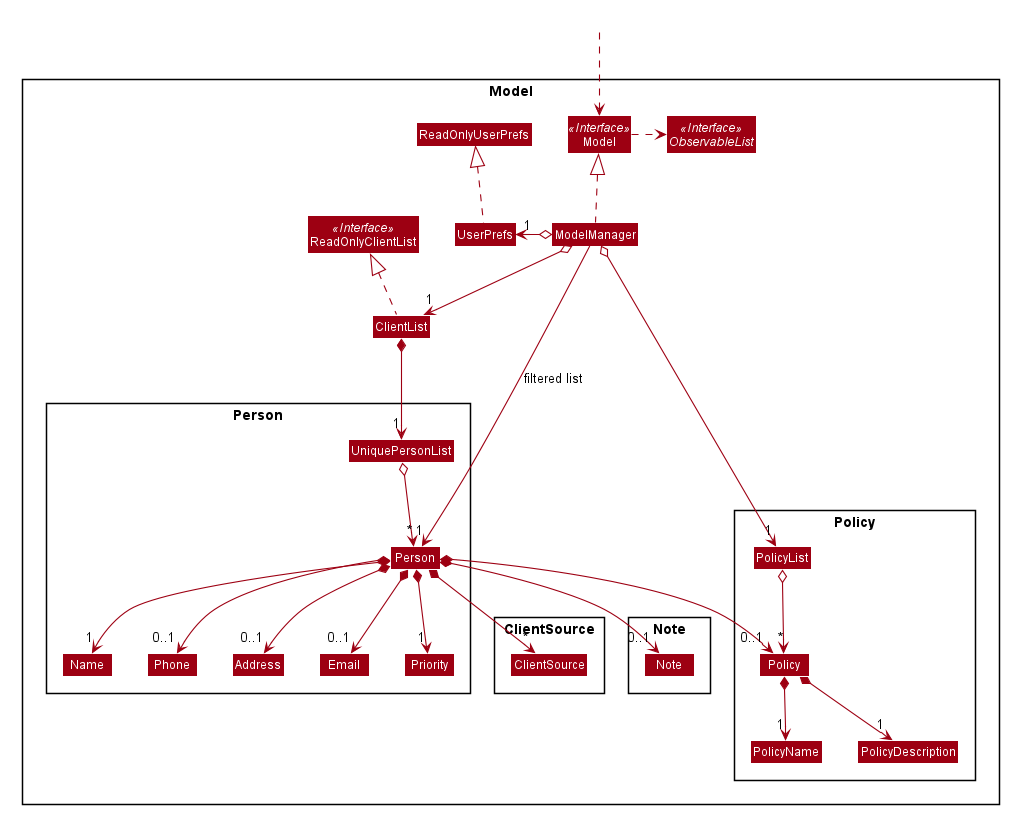
nus-cs2103-AY2021S1/tp keeps this PlantUML diagram as docs/images/ModelClassDiagram.png. Above is the earlier version.
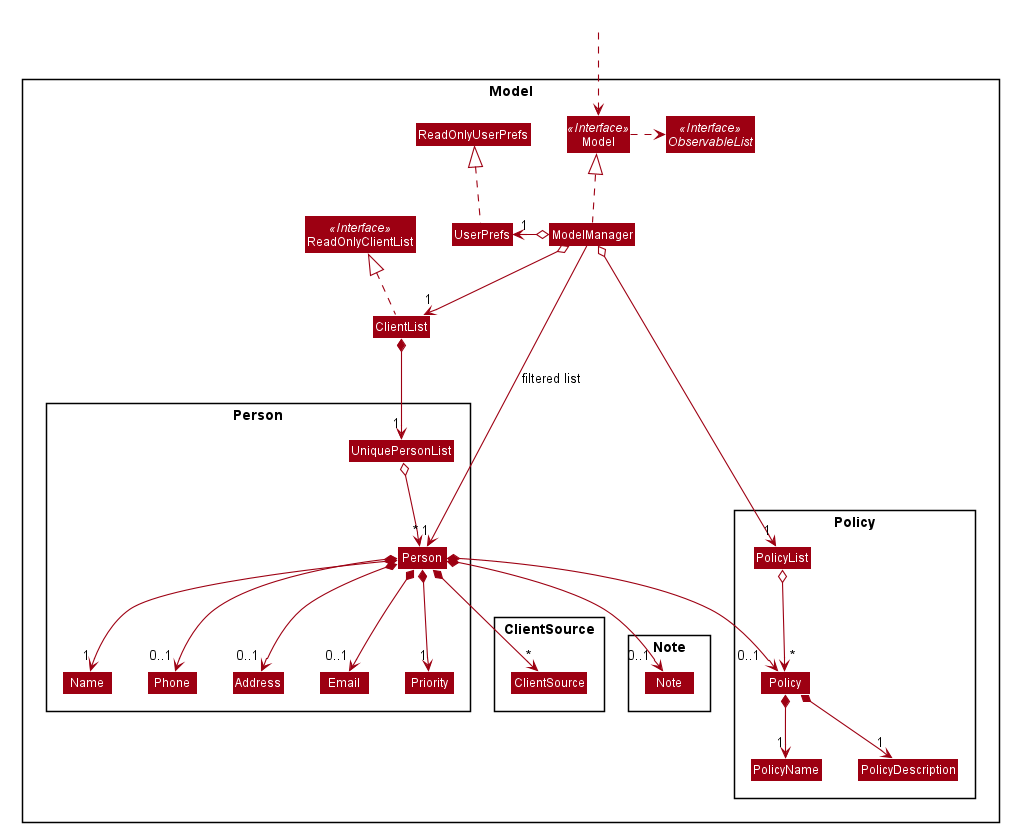
After the commit.

Commit message:
Fix visual bug in Model Class Diagram in DG

Diff of the diagram source:
```diff
@@ -75,7 +75,7 @@
 Class Priority
 }
 
-Package ClientSource {
+Package ClientSource\n {
 Class ClientSource
 }
 
@@ -110,8 +110,8 @@
 Person *--> "0..1" Email
 Person *--> "0..1" Address
 Person *--> "*" ClientSource
-Person *--> "0..1" Policy
-Person *--> "0..1" Note
+Person *--> "0..1  " Policy
+Person *--> "0..1 " Note
 Person *--> "1" Priority
 
 Name -[hidden]right-> Phone
@@ -121,7 +121,7 @@
 ModelManager -->"1" Person : filtered list
 
 ModelManager o--> "1" PolicyList
-PolicyList o--> "*" Policy
+PolicyList o--> " *" Policy
 Policy *--> "1" PolicyName
 Policy *--> "1" PolicyDescription
 
```
